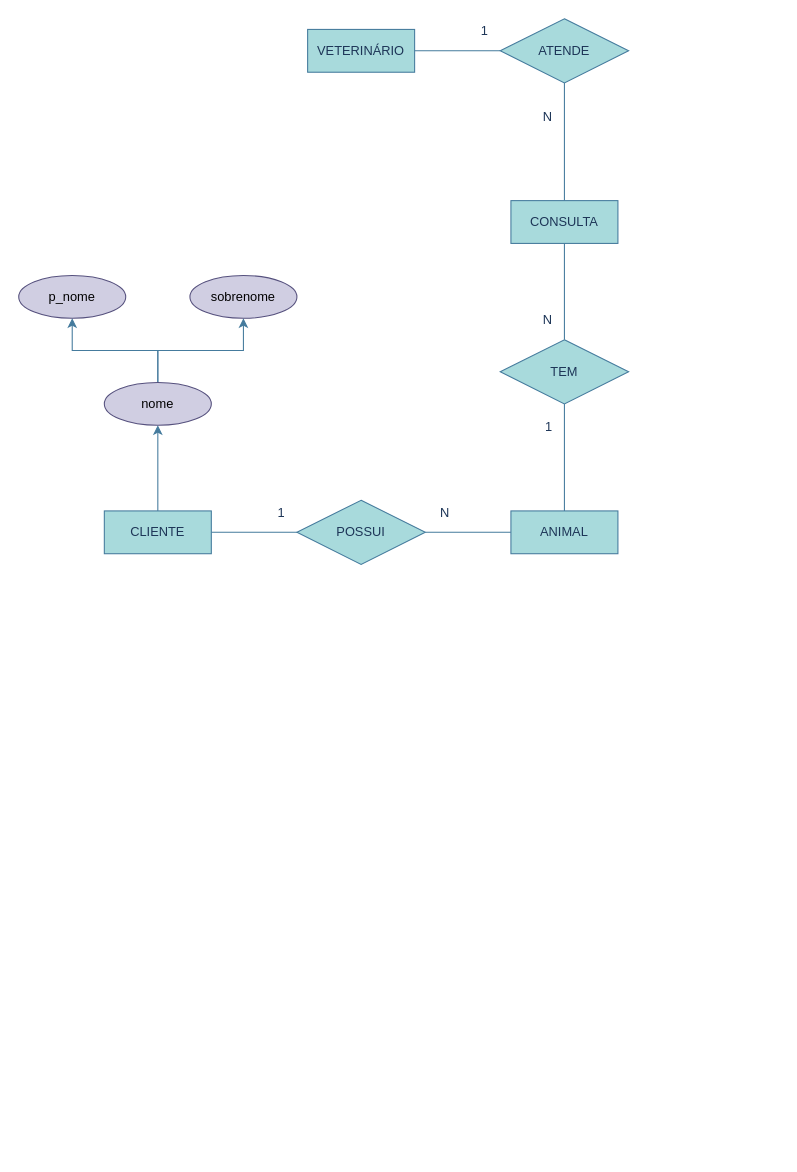
Above: Diagrama sem nome.drawio in fael-atom/projetinho (draw.io), before the change. Source tidied: cells renumbered, new cells numbered last; positions are measured from the earlier drawing's top-left corner, leaving out a move shared by most shapes. Both pictures are drawn from the tidied source at 107%, with x=0, y=0 at pixel (18, 18).
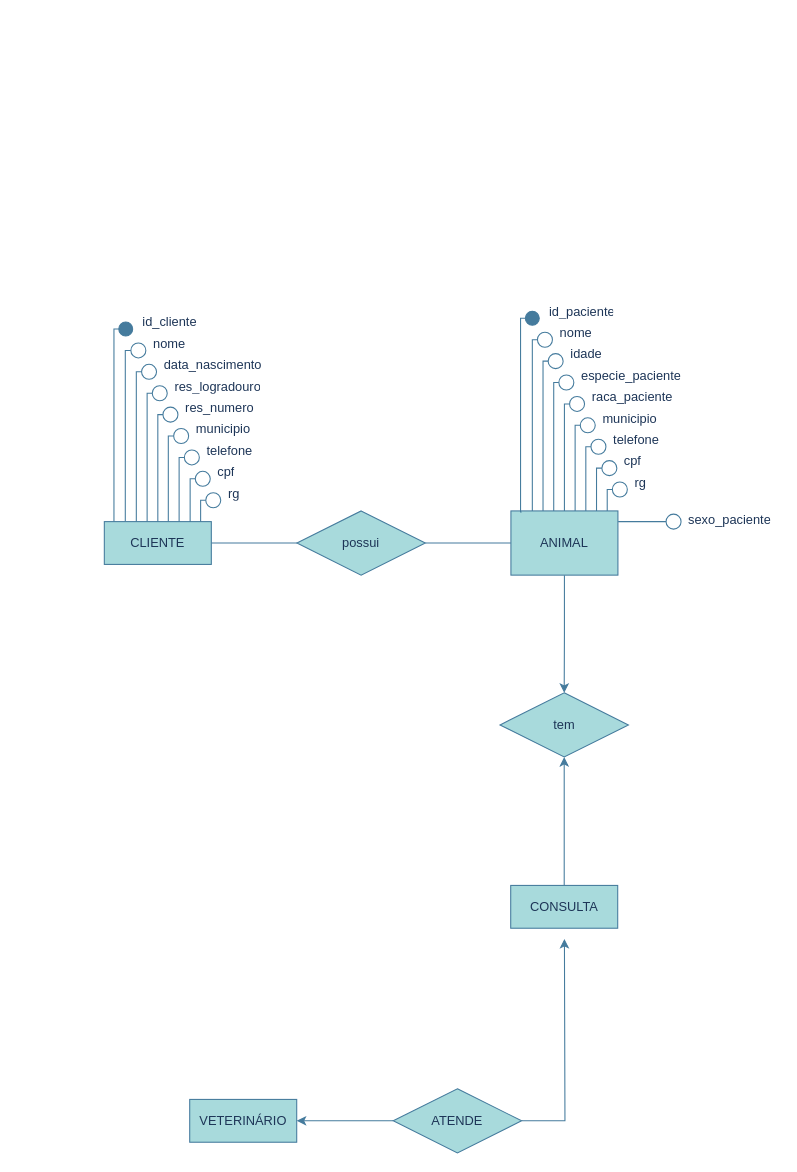
The same diagram, later.

What changed in the source:
```diff
@@
-    <mxCell id="2" style="edgeStyle=orthogonalEdgeStyle;rounded=0;jettySize=auto;html=1;labelBackgroundColor=none;strokeColor=#457B9D;fontColor=default;endArrow=none;endFill=0;" parent="1" edge="1" source="3" target="8">
-      <mxGeometry relative="1" as="geometry" />
-    </mxCell>
     <mxCell id="3" value="VETERINÁRIO" style="whiteSpace=wrap;html=1;align=center;labelBackgroundColor=none;fillColor=#A8DADC;strokeColor=#457B9D;fontColor=#1D3557;" parent="1" vertex="1">
-      <mxGeometry x="270" y="10" width="100" height="40" as="geometry" />
+      <mxGeometry x="159.8" y="1010" width="100" height="40" as="geometry" />
     </mxCell>
@@
-    <mxCell id="5" style="edgeStyle=orthogonalEdgeStyle;rounded=0;jettySize=auto;html=1;strokeColor=#457B9D;fontColor=#1D3557;fillColor=#A8DADC;" parent="1" edge="1" source="6" target="24">
-      <mxGeometry relative="1" as="geometry" />
+    <mxCell id="5" style="edgeStyle=orthogonalEdgeStyle;rounded=0;jettySize=auto;html=1;strokeColor=#457B9D;fontColor=#1D3557;fillColor=#A8DADC;endArrow=oval;endFill=1;exitX=0.1;exitY=0.021;exitDx=0;exitDy=0;exitPerimeter=0;jumpStyle=none;shadow=0;startArrow=none;startFill=0;endSize=13;" parent="1" edge="1" source="6">
+      <mxGeometry relative="1" as="geometry">
+        <mxPoint x="100" y="290" as="targetPoint" />
+        <Array as="points">
+          <mxPoint x="89" y="471" />
+          <mxPoint x="89" y="290" />
+        </Array>
+      </mxGeometry>
     </mxCell>
     <mxCell id="6" value="CLIENTE" style="whiteSpace=wrap;html=1;align=center;labelBackgroundColor=none;fillColor=#A8DADC;strokeColor=#457B9D;fontColor=#1D3557;" parent="1" vertex="1">
-      <mxGeometry x="80" y="460" width="100" height="40" as="geometry" />
+      <mxGeometry x="80" y="470" width="100" height="40" as="geometry" />
     </mxCell>
-    <mxCell id="7" style="edgeStyle=orthogonalEdgeStyle;rounded=0;jettySize=auto;html=1;labelBackgroundColor=none;strokeColor=#457B9D;fontColor=default;endArrow=none;endFill=0;" parent="1" edge="1" source="8" target="12">
-      <mxGeometry relative="1" as="geometry" />
-    </mxCell>
+    <mxCell id="27" style="edgeStyle=orthogonalEdgeStyle;rounded=0;jettySize=auto;html=1;strokeColor=#457B9D;fontColor=#1D3557;fillColor=#A8DADC;" parent="1" edge="1" source="8">
+      <mxGeometry relative="1" as="geometry">
+        <mxPoint x="510" y="860" as="targetPoint" />
+      </mxGeometry>
+    </mxCell>
+    <mxCell id="28" style="edgeStyle=orthogonalEdgeStyle;rounded=0;jettySize=auto;html=1;strokeColor=#457B9D;fontColor=#1D3557;fillColor=#A8DADC;" parent="1" edge="1" source="8" target="3">
+      <mxGeometry relative="1" as="geometry" />
+    </mxCell>
     <mxCell id="8" value="ATENDE" style="shape=rhombus;perimeter=rhombusPerimeter;whiteSpace=wrap;html=1;align=center;labelBackgroundColor=none;fillColor=#A8DADC;strokeColor=#457B9D;fontColor=#1D3557;" parent="1" vertex="1">
-      <mxGeometry x="450" width="120" height="60" as="geometry" />
+      <mxGeometry x="350" y="1000" width="120" height="60" as="geometry" />
     </mxCell>
+    <mxCell id="15" style="edgeStyle=orthogonalEdgeStyle;rounded=0;jettySize=auto;html=1;strokeColor=#457B9D;fontColor=#1D3557;fillColor=#A8DADC;" parent="1" edge="1" source="9" target="14">
+      <mxGeometry relative="1" as="geometry" />
+    </mxCell>
     <mxCell id="9" value="ANIMAL" style="whiteSpace=wrap;html=1;align=center;labelBackgroundColor=none;fillColor=#A8DADC;strokeColor=#457B9D;fontColor=#1D3557;" parent="1" vertex="1">
-      <mxGeometry x="460" y="460" width="100" height="40" as="geometry" />
+      <mxGeometry x="460" y="460" width="100" height="60" as="geometry" />
     </mxCell>
@@
-    <mxCell id="11" value="POSSUI" style="shape=rhombus;perimeter=rhombusPerimeter;whiteSpace=wrap;html=1;align=center;labelBackgroundColor=none;fillColor=#A8DADC;strokeColor=#457B9D;fontColor=#1D3557;" parent="1" vertex="1">
-      <mxGeometry x="260" y="450" width="120" height="60" as="geometry" />
+    <mxCell id="11" value="possui" style="shape=rhombus;perimeter=rhombusPerimeter;whiteSpace=wrap;html=1;align=center;labelBackgroundColor=none;fillColor=#A8DADC;strokeColor=#457B9D;fontColor=#1D3557;" parent="1" vertex="1">
+      <mxGeometry x="260" y="460" width="120" height="60" as="geometry" />
     </mxCell>
+    <mxCell id="29" style="edgeStyle=orthogonalEdgeStyle;rounded=0;jettySize=auto;html=1;entryX=0.5;entryY=1;entryDx=0;entryDy=0;strokeColor=#457B9D;fontColor=#1D3557;fillColor=#A8DADC;" parent="1" edge="1" source="12" target="14">
+      <mxGeometry relative="1" as="geometry" />
+    </mxCell>
     <mxCell id="12" value="CONSULTA" style="whiteSpace=wrap;html=1;align=center;labelBackgroundColor=none;fillColor=#A8DADC;strokeColor=#457B9D;fontColor=#1D3557;" parent="1" vertex="1">
-      <mxGeometry x="460" y="170" width="100" height="40" as="geometry" />
+      <mxGeometry x="459.8" y="810" width="100" height="40" as="geometry" />
     </mxCell>
-    <mxCell id="13" style="edgeStyle=orthogonalEdgeStyle;rounded=0;jettySize=auto;html=1;labelBackgroundColor=none;strokeColor=#457B9D;fontColor=default;endArrow=none;endFill=0;" parent="1" edge="1" source="14" target="12">
-      <mxGeometry relative="1" as="geometry" />
-    </mxCell>
-    <mxCell id="14" value="TEM" style="shape=rhombus;perimeter=rhombusPerimeter;whiteSpace=wrap;html=1;align=center;labelBackgroundColor=none;fillColor=#A8DADC;strokeColor=#457B9D;fontColor=#1D3557;" parent="1" vertex="1">
-      <mxGeometry x="450" y="300" width="120" height="60" as="geometry" />
+    <mxCell id="14" value="tem" style="shape=rhombus;perimeter=rhombusPerimeter;whiteSpace=wrap;html=1;align=center;labelBackgroundColor=none;fillColor=#A8DADC;strokeColor=#457B9D;fontColor=#1D3557;" parent="1" vertex="1">
+      <mxGeometry x="449.8" y="630" width="120" height="60" as="geometry" />
     </mxCell>
-    <mxCell id="15" style="endArrow=none;html=1;rounded=0;strokeColor=#457B9D;fontColor=#1D3557;fillColor=#A8DADC;exitX=0.5;exitY=0;exitDx=0;exitDy=0;entryX=0.5;entryY=1;entryDx=0;entryDy=0;" parent="1" edge="1" source="9" target="14">
-      <mxGeometry relative="1" as="geometry" />
-    </mxCell>
-    <mxCell id="16" value="1" style="html=1;whiteSpace=wrap;align=right;verticalAlign=bottom;strokeColor=#457B9D;fontColor=#1D3557;fillColor=#A8DADC;" parent="15" vertex="1">
-      <mxGeometry x="1" relative="1" as="geometry">
-        <mxPoint x="-10" y="30" as="offset" />
-      </mxGeometry>
-    </mxCell>
-    <mxCell id="17" value="N" style="html=1;whiteSpace=wrap;align=right;verticalAlign=bottom;strokeColor=#457B9D;fontColor=#1D3557;fillColor=#A8DADC;" parent="15" vertex="1">
-      <mxGeometry x="1" relative="1" as="geometry">
-        <mxPoint x="-10" y="-70" as="offset" />
-      </mxGeometry>
-    </mxCell>
-    <mxCell id="18" value="1" style="html=1;whiteSpace=wrap;align=right;verticalAlign=bottom;strokeColor=#457B9D;fontColor=#1D3557;fillColor=#A8DADC;" parent="15" vertex="1">
-      <mxGeometry x="1" relative="1" as="geometry">
-        <mxPoint x="-70" y="-340" as="offset" />
-      </mxGeometry>
-    </mxCell>
-    <mxCell id="19" value="N" style="html=1;whiteSpace=wrap;align=right;verticalAlign=bottom;strokeColor=#457B9D;fontColor=#1D3557;fillColor=#A8DADC;" parent="15" vertex="1">
-      <mxGeometry x="1" relative="1" as="geometry">
-        <mxPoint x="-10" y="-260" as="offset" />
-      </mxGeometry>
-    </mxCell>
-    <mxCell id="20" value="1" style="html=1;whiteSpace=wrap;align=right;verticalAlign=bottom;strokeColor=#457B9D;fontColor=#1D3557;fillColor=#A8DADC;" parent="15" vertex="1">
-      <mxGeometry x="1" relative="1" as="geometry">
-        <mxPoint x="-260" y="110" as="offset" />
-      </mxGeometry>
-    </mxCell>
-    <mxCell id="21" value="N" style="html=1;whiteSpace=wrap;align=right;verticalAlign=bottom;strokeColor=#457B9D;fontColor=#1D3557;fillColor=#A8DADC;" parent="15" vertex="1">
-      <mxGeometry x="1" relative="1" as="geometry">
-        <mxPoint x="-106" y="110" as="offset" />
-      </mxGeometry>
-    </mxCell>
-    <mxCell id="22" style="edgeStyle=orthogonalEdgeStyle;rounded=0;jettySize=auto;html=1;strokeColor=#457B9D;fontColor=#1D3557;fillColor=#A8DADC;" parent="1" edge="1" source="24" target="25">
-      <mxGeometry relative="1" as="geometry" />
-    </mxCell>
-    <mxCell id="23" style="edgeStyle=orthogonalEdgeStyle;rounded=0;jettySize=auto;html=1;strokeColor=#457B9D;fontColor=#1D3557;fillColor=#A8DADC;" parent="1" edge="1" source="24" target="26">
-      <mxGeometry relative="1" as="geometry" />
-    </mxCell>
-    <mxCell id="24" value="nome" style="ellipse;whiteSpace=wrap;html=1;align=center;strokeColor=#56517e;fillColor=#d0cee2;" parent="1" vertex="1">
-      <mxGeometry x="80" y="340" width="100" height="40" as="geometry" />
-    </mxCell>
-    <mxCell id="25" value="p_nome" style="ellipse;whiteSpace=wrap;html=1;align=center;strokeColor=#56517e;fillColor=#d0cee2;" parent="1" vertex="1">
-      <mxGeometry y="240" width="100" height="40" as="geometry" />
-    </mxCell>
-    <mxCell id="26" value="sobrenome" style="ellipse;whiteSpace=wrap;html=1;align=center;strokeColor=#56517e;fillColor=#d0cee2;" parent="1" vertex="1">
-      <mxGeometry x="160" y="240" width="100" height="40" as="geometry" />
-    </mxCell>
+    <mxCell id="30" value="id_cliente" style="text;strokeColor=none;fillColor=none;spacingLeft=4;spacingRight=4;overflow=hidden;fontSize=12;whiteSpace=wrap;html=1;fontColor=#1D3557;" parent="1" vertex="1">
+      <mxGeometry x="109.8" y="270" width="70" height="25" as="geometry" />
+    </mxCell>
+    <mxCell id="31" style="edgeStyle=orthogonalEdgeStyle;rounded=0;jettySize=auto;html=1;strokeColor=#457B9D;fontColor=#1D3557;fillColor=#A8DADC;endArrow=circle;endFill=0;exitX=0.196;exitY=-0.01;exitDx=0;exitDy=0;exitPerimeter=0;" parent="1" edge="1" source="6">
+      <mxGeometry relative="1" as="geometry">
+        <mxPoint x="119.8" y="310" as="targetPoint" />
+        <Array as="points">
+          <mxPoint x="100" y="310" />
+        </Array>
+      </mxGeometry>
+    </mxCell>
+    <mxCell id="32" value="nome" style="text;strokeColor=none;fillColor=none;spacingLeft=4;spacingRight=4;overflow=hidden;fontSize=12;whiteSpace=wrap;html=1;fontColor=#1D3557;" parent="1" vertex="1">
+      <mxGeometry x="119.8" y="290" width="50" height="25" as="geometry" />
+    </mxCell>
+    <mxCell id="33" style="edgeStyle=orthogonalEdgeStyle;rounded=0;jettySize=auto;html=1;strokeColor=#457B9D;fontColor=#1D3557;fillColor=#A8DADC;endArrow=circle;endFill=0;exitX=0.299;exitY=0.002;exitDx=0;exitDy=0;exitPerimeter=0;" parent="1" edge="1" source="6">
+      <mxGeometry relative="1" as="geometry">
+        <mxPoint x="129.8" y="330" as="targetPoint" />
+        <Array as="points">
+          <mxPoint x="110" y="330" />
+        </Array>
+      </mxGeometry>
+    </mxCell>
+    <mxCell id="34" value="data_nascimento" style="text;strokeColor=none;fillColor=none;spacingLeft=4;spacingRight=4;overflow=hidden;fontSize=12;whiteSpace=wrap;html=1;fontColor=#1D3557;" parent="1" vertex="1">
+      <mxGeometry x="129.8" y="310" width="110" height="25" as="geometry" />
+    </mxCell>
+    <mxCell id="35" style="edgeStyle=orthogonalEdgeStyle;rounded=0;orthogonalLoop=1;jettySize=auto;html=1;strokeColor=#457B9D;fontColor=#1D3557;fillColor=#A8DADC;endArrow=circle;endFill=0;" parent="1" edge="1">
+      <mxGeometry relative="1" as="geometry">
+        <mxPoint x="120" y="470" as="sourcePoint" />
+        <mxPoint x="139.8" y="350" as="targetPoint" />
+        <Array as="points">
+          <mxPoint x="120" y="350" />
+        </Array>
+      </mxGeometry>
+    </mxCell>
+    <mxCell id="36" value="res_logradouro" style="text;strokeColor=none;fillColor=none;spacingLeft=4;spacingRight=4;overflow=hidden;fontSize=12;whiteSpace=wrap;html=1;fontColor=#1D3557;" parent="1" vertex="1">
+      <mxGeometry x="139.8" y="330" width="90" height="25" as="geometry" />
+    </mxCell>
+    <mxCell id="37" style="edgeStyle=orthogonalEdgeStyle;rounded=0;jettySize=auto;html=1;strokeColor=#457B9D;fontColor=#1D3557;fillColor=#A8DADC;endArrow=circle;endFill=0;exitX=0.5;exitY=0;exitDx=0;exitDy=0;" parent="1" edge="1" source="6">
+      <mxGeometry relative="1" as="geometry">
+        <mxPoint x="149.8" y="370" as="targetPoint" />
+        <Array as="points">
+          <mxPoint x="130" y="370" />
+        </Array>
+      </mxGeometry>
+    </mxCell>
+    <mxCell id="38" value="res_numero" style="text;strokeColor=none;fillColor=none;spacingLeft=4;spacingRight=4;overflow=hidden;fontSize=12;whiteSpace=wrap;html=1;fontColor=#1D3557;" parent="1" vertex="1">
+      <mxGeometry x="149.8" y="350" width="80" height="25" as="geometry" />
+    </mxCell>
+    <mxCell id="39" style="edgeStyle=orthogonalEdgeStyle;rounded=0;jettySize=auto;html=1;strokeColor=#457B9D;fontColor=#1D3557;fillColor=#A8DADC;endArrow=circle;endFill=0;exitX=0.598;exitY=-0.005;exitDx=0;exitDy=0;exitPerimeter=0;" parent="1" edge="1" source="6">
+      <mxGeometry relative="1" as="geometry">
+        <mxPoint x="159.8" y="390" as="targetPoint" />
+        <Array as="points">
+          <mxPoint x="140" y="390" />
+        </Array>
+      </mxGeometry>
+    </mxCell>
+    <mxCell id="40" value="municipio" style="text;strokeColor=none;fillColor=none;spacingLeft=4;spacingRight=4;overflow=hidden;fontSize=12;whiteSpace=wrap;html=1;fontColor=#1D3557;" parent="1" vertex="1">
+      <mxGeometry x="159.8" y="370" width="80" height="25" as="geometry" />
+    </mxCell>
+    <mxCell id="41" style="edgeStyle=orthogonalEdgeStyle;rounded=0;jettySize=auto;html=1;strokeColor=#457B9D;fontColor=#1D3557;fillColor=#A8DADC;endArrow=circle;endFill=0;exitX=0.699;exitY=0.004;exitDx=0;exitDy=0;exitPerimeter=0;" parent="1" edge="1" source="6">
+      <mxGeometry relative="1" as="geometry">
+        <mxPoint x="169.8" y="410" as="targetPoint" />
+        <Array as="points">
+          <mxPoint x="150" y="410" />
+        </Array>
+      </mxGeometry>
+    </mxCell>
+    <mxCell id="42" value="telefone" style="text;strokeColor=none;fillColor=none;spacingLeft=4;spacingRight=4;overflow=hidden;fontSize=12;whiteSpace=wrap;html=1;fontColor=#1D3557;" parent="1" vertex="1">
+      <mxGeometry x="169.8" y="390" width="60.2" height="25" as="geometry" />
+    </mxCell>
+    <mxCell id="43" style="edgeStyle=orthogonalEdgeStyle;rounded=0;jettySize=auto;html=1;strokeColor=#457B9D;fontColor=#1D3557;fillColor=#A8DADC;endArrow=circle;endFill=0;exitX=0.802;exitY=0.006;exitDx=0;exitDy=0;exitPerimeter=0;" parent="1" edge="1" source="6">
+      <mxGeometry relative="1" as="geometry">
+        <mxPoint x="180" y="430" as="targetPoint" />
+        <Array as="points">
+          <mxPoint x="160" y="430" />
+        </Array>
+      </mxGeometry>
+    </mxCell>
+    <mxCell id="44" value="cpf" style="text;strokeColor=none;fillColor=none;spacingLeft=4;spacingRight=4;overflow=hidden;fontSize=12;whiteSpace=wrap;html=1;fontColor=#1D3557;" parent="1" vertex="1">
+      <mxGeometry x="179.8" y="410" width="30.2" height="25" as="geometry" />
+    </mxCell>
+    <mxCell id="45" style="edgeStyle=orthogonalEdgeStyle;rounded=0;orthogonalLoop=1;jettySize=auto;html=1;strokeColor=#457B9D;fontColor=#1D3557;fillColor=#A8DADC;endArrow=circle;endFill=0;" parent="1" edge="1">
+      <mxGeometry relative="1" as="geometry">
+        <mxPoint x="170" y="470" as="sourcePoint" />
+        <mxPoint x="189.8" y="450" as="targetPoint" />
+        <Array as="points">
+          <mxPoint x="169.8" y="450" />
+        </Array>
+      </mxGeometry>
+    </mxCell>
+    <mxCell id="46" value="rg" style="text;strokeColor=none;fillColor=none;spacingLeft=4;spacingRight=4;overflow=hidden;fontSize=12;whiteSpace=wrap;html=1;fontColor=#1D3557;" parent="1" vertex="1">
+      <mxGeometry x="189.8" y="430" width="30.2" height="25" as="geometry" />
+    </mxCell>
+    <mxCell id="47" style="edgeStyle=orthogonalEdgeStyle;rounded=0;orthogonalLoop=1;jettySize=auto;html=1;strokeColor=#457B9D;fontColor=#1D3557;fillColor=#A8DADC;endArrow=oval;endFill=1;exitX=0.1;exitY=0.021;exitDx=0;exitDy=0;exitPerimeter=0;jumpStyle=none;shadow=0;startArrow=none;startFill=0;endSize=13;" parent="1" edge="1">
+      <mxGeometry relative="1" as="geometry">
+        <mxPoint x="470" y="461" as="sourcePoint" />
+        <mxPoint x="480" y="280" as="targetPoint" />
+        <Array as="points">
+          <mxPoint x="469" y="461" />
+          <mxPoint x="469" y="280" />
+        </Array>
+      </mxGeometry>
+    </mxCell>
+    <mxCell id="48" value="id_paciente" style="text;strokeColor=none;fillColor=none;spacingLeft=4;spacingRight=4;overflow=hidden;fontSize=12;whiteSpace=wrap;html=1;fontColor=#1D3557;" parent="1" vertex="1">
+      <mxGeometry x="489.8" y="260" width="70" height="25" as="geometry" />
+    </mxCell>
+    <mxCell id="49" style="edgeStyle=orthogonalEdgeStyle;rounded=0;orthogonalLoop=1;jettySize=auto;html=1;strokeColor=#457B9D;fontColor=#1D3557;fillColor=#A8DADC;endArrow=circle;endFill=0;exitX=0.196;exitY=-0.01;exitDx=0;exitDy=0;exitPerimeter=0;" parent="1" edge="1">
+      <mxGeometry relative="1" as="geometry">
+        <mxPoint x="480" y="460" as="sourcePoint" />
+        <mxPoint x="499.8" y="300" as="targetPoint" />
+        <Array as="points">
+          <mxPoint x="480" y="300" />
+        </Array>
+      </mxGeometry>
+    </mxCell>
+    <mxCell id="50" value="nome" style="text;strokeColor=none;fillColor=none;spacingLeft=4;spacingRight=4;overflow=hidden;fontSize=12;whiteSpace=wrap;html=1;fontColor=#1D3557;" parent="1" vertex="1">
+      <mxGeometry x="499.8" y="280" width="50" height="25" as="geometry" />
+    </mxCell>
+    <mxCell id="51" style="edgeStyle=orthogonalEdgeStyle;rounded=0;orthogonalLoop=1;jettySize=auto;html=1;strokeColor=#457B9D;fontColor=#1D3557;fillColor=#A8DADC;endArrow=circle;endFill=0;exitX=0.299;exitY=0.002;exitDx=0;exitDy=0;exitPerimeter=0;" parent="1" edge="1">
+      <mxGeometry relative="1" as="geometry">
+        <mxPoint x="490" y="460" as="sourcePoint" />
+        <mxPoint x="509.8" y="320" as="targetPoint" />
+        <Array as="points">
+          <mxPoint x="490" y="320" />
+        </Array>
+      </mxGeometry>
+    </mxCell>
+    <mxCell id="52" value="idade" style="text;strokeColor=none;fillColor=none;spacingLeft=4;spacingRight=4;overflow=hidden;fontSize=12;whiteSpace=wrap;html=1;fontColor=#1D3557;" parent="1" vertex="1">
+      <mxGeometry x="509.8" y="300" width="110" height="25" as="geometry" />
+    </mxCell>
+    <mxCell id="53" style="edgeStyle=orthogonalEdgeStyle;rounded=0;orthogonalLoop=1;jettySize=auto;html=1;strokeColor=#457B9D;fontColor=#1D3557;fillColor=#A8DADC;endArrow=circle;endFill=0;" parent="1" edge="1">
+      <mxGeometry relative="1" as="geometry">
+        <mxPoint x="500" y="460" as="sourcePoint" />
+        <mxPoint x="519.8" y="340" as="targetPoint" />
+        <Array as="points">
+          <mxPoint x="500" y="340" />
+        </Array>
+      </mxGeometry>
+    </mxCell>
+    <mxCell id="54" value="especie_paciente" style="text;strokeColor=none;fillColor=none;spacingLeft=4;spacingRight=4;overflow=hidden;fontSize=12;whiteSpace=wrap;html=1;fontColor=#1D3557;" parent="1" vertex="1">
+      <mxGeometry x="519.8" y="320" width="110.2" height="25" as="geometry" />
+    </mxCell>
+    <mxCell id="55" style="edgeStyle=orthogonalEdgeStyle;rounded=0;orthogonalLoop=1;jettySize=auto;html=1;strokeColor=#457B9D;fontColor=#1D3557;fillColor=#A8DADC;endArrow=circle;endFill=0;exitX=0.5;exitY=0;exitDx=0;exitDy=0;" parent="1" edge="1">
+      <mxGeometry relative="1" as="geometry">
+        <mxPoint x="510" y="460" as="sourcePoint" />
+        <mxPoint x="529.8" y="360" as="targetPoint" />
+        <Array as="points">
+          <mxPoint x="510" y="360" />
+        </Array>
+      </mxGeometry>
+    </mxCell>
+    <mxCell id="56" value="raca_paciente" style="text;strokeColor=none;fillColor=none;spacingLeft=4;spacingRight=4;overflow=hidden;fontSize=12;whiteSpace=wrap;html=1;fontColor=#1D3557;" parent="1" vertex="1">
+      <mxGeometry x="529.8" y="340" width="90.2" height="25" as="geometry" />
+    </mxCell>
+    <mxCell id="57" style="edgeStyle=orthogonalEdgeStyle;rounded=0;orthogonalLoop=1;jettySize=auto;html=1;strokeColor=#457B9D;fontColor=#1D3557;fillColor=#A8DADC;endArrow=circle;endFill=0;exitX=0.598;exitY=-0.005;exitDx=0;exitDy=0;exitPerimeter=0;" parent="1" edge="1">
+      <mxGeometry relative="1" as="geometry">
+        <mxPoint x="520" y="460" as="sourcePoint" />
+        <mxPoint x="539.8" y="380" as="targetPoint" />
+        <Array as="points">
+          <mxPoint x="520" y="380" />
+        </Array>
+      </mxGeometry>
+    </mxCell>
+    <mxCell id="58" value="municipio" style="text;strokeColor=none;fillColor=none;spacingLeft=4;spacingRight=4;overflow=hidden;fontSize=12;whiteSpace=wrap;html=1;fontColor=#1D3557;" parent="1" vertex="1">
+      <mxGeometry x="539.8" y="360" width="80" height="25" as="geometry" />
+    </mxCell>
+    <mxCell id="59" style="edgeStyle=orthogonalEdgeStyle;rounded=0;orthogonalLoop=1;jettySize=auto;html=1;strokeColor=#457B9D;fontColor=#1D3557;fillColor=#A8DADC;endArrow=circle;endFill=0;exitX=0.699;exitY=0.004;exitDx=0;exitDy=0;exitPerimeter=0;" parent="1" edge="1">
+      <mxGeometry relative="1" as="geometry">
+        <mxPoint x="530" y="460" as="sourcePoint" />
+        <mxPoint x="549.8" y="400" as="targetPoint" />
+        <Array as="points">
+          <mxPoint x="530" y="400" />
+        </Array>
+      </mxGeometry>
+    </mxCell>
+    <mxCell id="60" value="telefone" style="text;strokeColor=none;fillColor=none;spacingLeft=4;spacingRight=4;overflow=hidden;fontSize=12;whiteSpace=wrap;html=1;fontColor=#1D3557;" parent="1" vertex="1">
+      <mxGeometry x="549.8" y="380" width="60.2" height="25" as="geometry" />
+    </mxCell>
+    <mxCell id="61" style="edgeStyle=orthogonalEdgeStyle;rounded=0;orthogonalLoop=1;jettySize=auto;html=1;strokeColor=#457B9D;fontColor=#1D3557;fillColor=#A8DADC;endArrow=circle;endFill=0;exitX=0.802;exitY=0.006;exitDx=0;exitDy=0;exitPerimeter=0;" parent="1" edge="1">
+      <mxGeometry relative="1" as="geometry">
+        <mxPoint x="540" y="460" as="sourcePoint" />
+        <mxPoint x="560" y="420" as="targetPoint" />
+        <Array as="points">
+          <mxPoint x="540" y="420" />
+        </Array>
+      </mxGeometry>
+    </mxCell>
+    <mxCell id="62" value="cpf" style="text;strokeColor=none;fillColor=none;spacingLeft=4;spacingRight=4;overflow=hidden;fontSize=12;whiteSpace=wrap;html=1;fontColor=#1D3557;" parent="1" vertex="1">
+      <mxGeometry x="559.8" y="400" width="30.2" height="25" as="geometry" />
+    </mxCell>
+    <mxCell id="63" style="edgeStyle=orthogonalEdgeStyle;rounded=0;orthogonalLoop=1;jettySize=auto;html=1;strokeColor=#457B9D;fontColor=#1D3557;fillColor=#A8DADC;endArrow=circle;endFill=0;" parent="1" edge="1">
+      <mxGeometry relative="1" as="geometry">
+        <mxPoint x="550" y="460" as="sourcePoint" />
+        <mxPoint x="569.8" y="440" as="targetPoint" />
+        <Array as="points">
+          <mxPoint x="549.8" y="440" />
+        </Array>
+      </mxGeometry>
+    </mxCell>
+    <mxCell id="64" value="rg" style="text;strokeColor=none;fillColor=none;spacingLeft=4;spacingRight=4;overflow=hidden;fontSize=12;whiteSpace=wrap;html=1;fontColor=#1D3557;" parent="1" vertex="1">
+      <mxGeometry x="569.8" y="420" width="30.2" height="25" as="geometry" />
+    </mxCell>
+    <mxCell id="65" style="edgeStyle=orthogonalEdgeStyle;rounded=0;orthogonalLoop=1;jettySize=auto;html=1;strokeColor=#457B9D;fontColor=#1D3557;fillColor=#A8DADC;endArrow=circle;endFill=0;" parent="1" edge="1">
+      <mxGeometry relative="1" as="geometry">
+        <mxPoint x="560.2" y="470" as="sourcePoint" />
+        <mxPoint x="620" y="470" as="targetPoint" />
+        <Array as="points">
+          <mxPoint x="600" y="470" />
+        </Array>
+      </mxGeometry>
+    </mxCell>
+    <mxCell id="66" value="sexo_paciente" style="text;strokeColor=none;fillColor=none;spacingLeft=4;spacingRight=4;overflow=hidden;fontSize=12;whiteSpace=wrap;html=1;fontColor=#1D3557;" parent="1" vertex="1">
+      <mxGeometry x="620" y="455" width="90" height="25" as="geometry" />
+    </mxCell>
```
